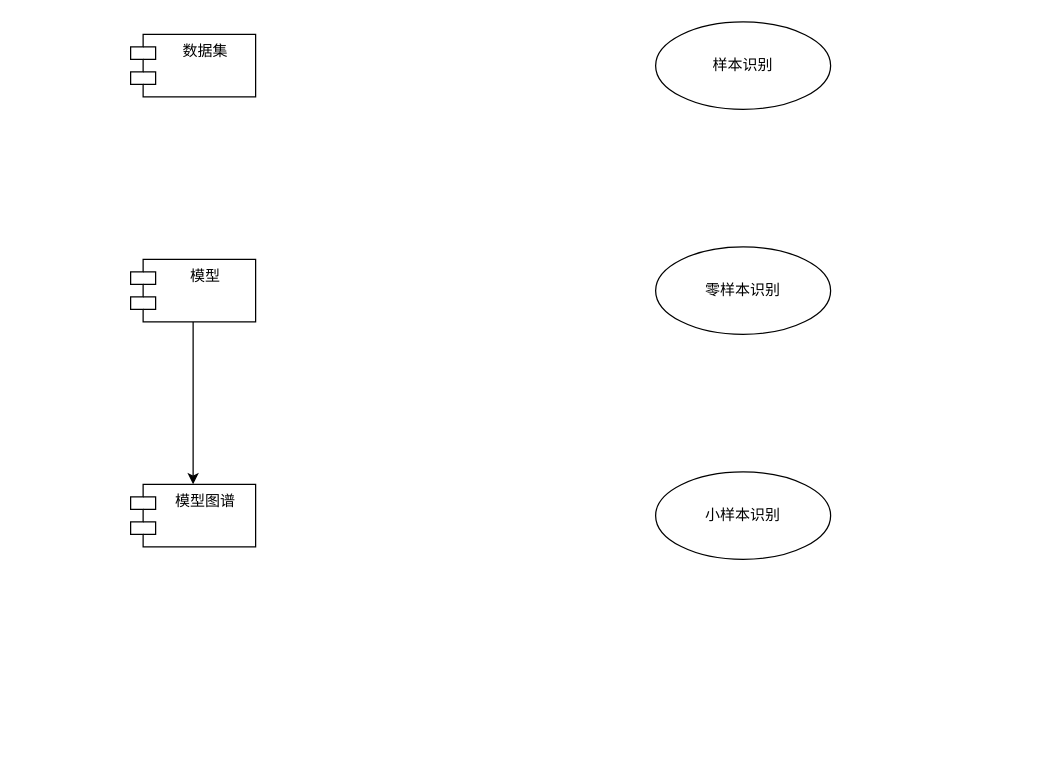
Above: t1.drawio in foreignbill/drawio (draw.io), before the change. Source tidied: cells renumbered, new cells numbered last; positions are measured from the earlier drawing's top-left corner, leaving out a move shared by most shapes. Both pictures are drawn from the tidied source at 125%, with x=0, y=0 at pixel (130, 21).
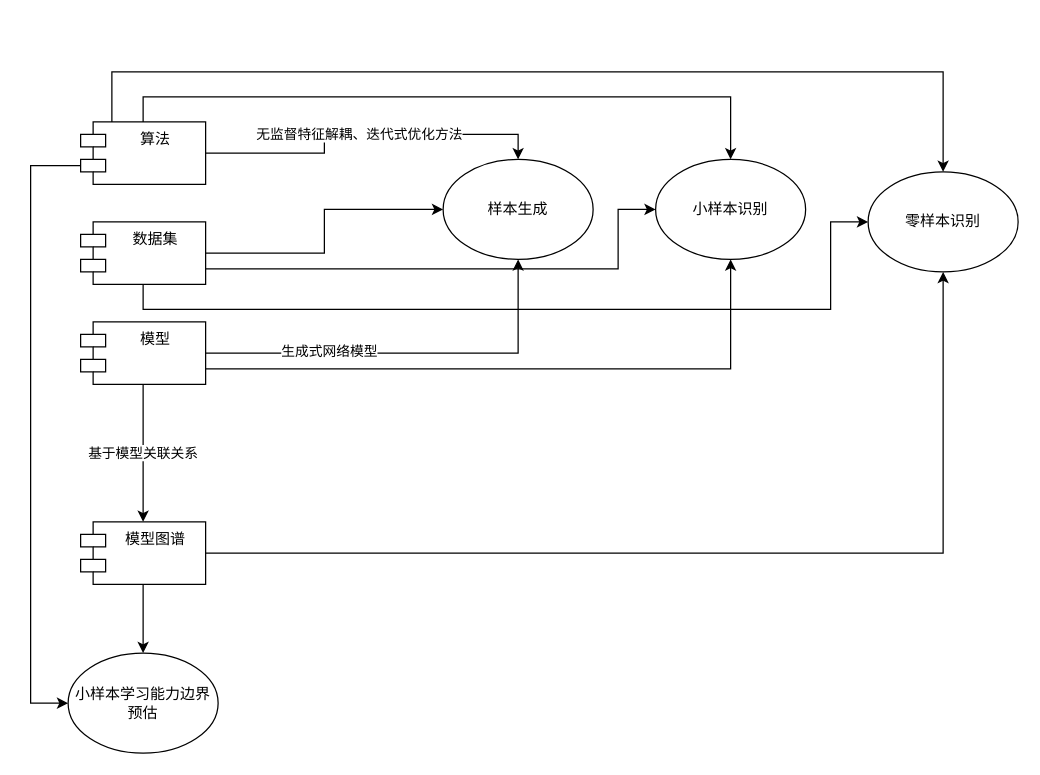
After the change.

The edit, as a diff of the source:
```diff
@@
+    <mxCell id="9" style="edgeStyle=orthogonalEdgeStyle;rounded=0;jettySize=auto;html=1;exitX=1;exitY=0.5;exitDx=0;exitDy=0;entryX=0.5;entryY=1;entryDx=0;entryDy=0;" parent="1" edge="1" source="3" target="23">
+      <mxGeometry relative="1" as="geometry">
+        <Array as="points">
+          <mxPoint x="310" y="265" />
+        </Array>
+      </mxGeometry>
+    </mxCell>
+    <mxCell id="10" value="生成式网络模型" style="edgeLabel;html=1;align=center;verticalAlign=middle;" parent="9" vertex="1">
+      <mxGeometry x="-0.4" y="2" relative="1" as="geometry" />
+    </mxCell>
-    <mxCell id="2" style="edgeStyle=orthogonalEdgeStyle;rounded=0;jettySize=auto;html=1;entryX=0.5;entryY=0;entryDx=0;entryDy=0;" parent="1" edge="1" source="3" target="5">
+    <mxCell id="2" value="基于模型关联关系" style="edgeStyle=orthogonalEdgeStyle;rounded=0;jettySize=auto;html=1;exitX=0.5;exitY=1;exitDx=0;exitDy=0;entryX=0.5;entryY=0;entryDx=0;entryDy=0;" parent="1" edge="1" source="3" target="5">
       <mxGeometry relative="1" as="geometry" />
     </mxCell>
+    <mxCell id="11" style="edgeStyle=orthogonalEdgeStyle;rounded=0;jettySize=auto;html=1;exitX=1;exitY=0.75;exitDx=0;exitDy=0;entryX=0.5;entryY=1;entryDx=0;entryDy=0;" parent="1" edge="1" source="3" target="8">
+      <mxGeometry relative="1" as="geometry" />
+    </mxCell>
     <mxCell id="3" value="模型" style="shape=module;align=left;spacingLeft=20;align=center;verticalAlign=top;" parent="1" vertex="1">
-      <mxGeometry y="190" width="100" height="50" as="geometry" />
+      <mxGeometry x="-40" y="240" width="100" height="50" as="geometry" />
     </mxCell>
+    <mxCell id="12" style="edgeStyle=orthogonalEdgeStyle;rounded=0;jettySize=auto;html=1;exitX=1;exitY=0.5;exitDx=0;exitDy=0;entryX=0;entryY=0.5;entryDx=0;entryDy=0;" parent="1" edge="1" source="4" target="23">
+      <mxGeometry relative="1" as="geometry" />
+    </mxCell>
+    <mxCell id="13" style="edgeStyle=orthogonalEdgeStyle;rounded=0;jettySize=auto;html=1;exitX=1;exitY=0.75;exitDx=0;exitDy=0;entryX=0;entryY=0.5;entryDx=0;entryDy=0;" parent="1" edge="1" source="4" target="8">
+      <mxGeometry relative="1" as="geometry">
+        <Array as="points">
+          <mxPoint x="390" y="198" />
+          <mxPoint x="390" y="150" />
+        </Array>
+      </mxGeometry>
+    </mxCell>
+    <mxCell id="14" style="edgeStyle=orthogonalEdgeStyle;rounded=0;jettySize=auto;html=1;entryX=0;entryY=0.5;entryDx=0;entryDy=0;exitX=0.5;exitY=1;exitDx=0;exitDy=0;" parent="1" edge="1" source="4" target="7">
+      <mxGeometry relative="1" as="geometry">
+        <Array as="points">
+          <mxPoint x="10" y="230" />
+          <mxPoint x="560" y="230" />
+          <mxPoint x="560" y="160" />
+        </Array>
+      </mxGeometry>
+    </mxCell>
     <mxCell id="4" value="数据集" style="shape=module;align=left;spacingLeft=20;align=center;verticalAlign=top;" parent="1" vertex="1">
-      <mxGeometry y="10" width="100" height="50" as="geometry" />
+      <mxGeometry x="-40" y="160" width="100" height="50" as="geometry" />
     </mxCell>
+    <mxCell id="15" style="edgeStyle=orthogonalEdgeStyle;rounded=0;jettySize=auto;html=1;entryX=0.5;entryY=0;entryDx=0;entryDy=0;" parent="1" edge="1" source="5" target="24">
+      <mxGeometry relative="1" as="geometry" />
+    </mxCell>
+    <mxCell id="16" style="edgeStyle=orthogonalEdgeStyle;rounded=0;jettySize=auto;html=1;exitX=1;exitY=0.5;exitDx=0;exitDy=0;entryX=0.5;entryY=1;entryDx=0;entryDy=0;" parent="1" edge="1" source="5" target="7">
+      <mxGeometry relative="1" as="geometry" />
+    </mxCell>
     <mxCell id="5" value="模型图谱" style="shape=module;align=left;spacingLeft=20;align=center;verticalAlign=top;" parent="1" vertex="1">
-      <mxGeometry y="370" width="100" height="50" as="geometry" />
+      <mxGeometry x="-40" y="400" width="100" height="50" as="geometry" />
     </mxCell>
-    <mxCell id="6" value="样本识别" style="ellipse;whiteSpace=wrap;html=1;" parent="1" vertex="1">
-      <mxGeometry x="420" width="140" height="70" as="geometry" />
-    </mxCell>
+    <mxCell id="17" style="edgeStyle=orthogonalEdgeStyle;rounded=0;jettySize=auto;html=1;entryX=0.5;entryY=0;entryDx=0;entryDy=0;" parent="1" edge="1" source="22" target="23">
+      <mxGeometry relative="1" as="geometry" />
+    </mxCell>
+    <mxCell id="18" value="无监督特征解耦、迭代式优化方法" style="edgeLabel;html=1;align=center;verticalAlign=middle;" parent="17" vertex="1">
+      <mxGeometry x="-0.04" y="1" relative="1" as="geometry" />
+    </mxCell>
+    <mxCell id="19" style="edgeStyle=orthogonalEdgeStyle;rounded=0;jettySize=auto;html=1;exitX=0;exitY=0;exitDx=0;exitDy=35;exitPerimeter=0;entryX=0;entryY=0.5;entryDx=0;entryDy=0;" parent="1" edge="1" source="22" target="24">
+      <mxGeometry relative="1" as="geometry">
+        <Array as="points">
+          <mxPoint x="-80" y="115" />
+          <mxPoint x="-80" y="545" />
+        </Array>
+      </mxGeometry>
+    </mxCell>
+    <mxCell id="20" style="edgeStyle=orthogonalEdgeStyle;rounded=0;jettySize=auto;html=1;exitX=0.5;exitY=0;exitDx=0;exitDy=0;entryX=0.5;entryY=0;entryDx=0;entryDy=0;" parent="1" edge="1" source="22" target="8">
+      <mxGeometry relative="1" as="geometry" />
+    </mxCell>
+    <mxCell id="21" style="edgeStyle=orthogonalEdgeStyle;rounded=0;jettySize=auto;html=1;exitX=0.25;exitY=0;exitDx=0;exitDy=0;entryX=0.5;entryY=0;entryDx=0;entryDy=0;" parent="1" edge="1" source="22" target="7">
+      <mxGeometry relative="1" as="geometry">
+        <Array as="points">
+          <mxPoint x="-15" y="40" />
+          <mxPoint x="650" y="40" />
+        </Array>
+      </mxGeometry>
+    </mxCell>
+    <mxCell id="22" value="算法" style="shape=module;align=left;spacingLeft=20;align=center;verticalAlign=top;" parent="1" vertex="1">
+      <mxGeometry x="-40" y="80" width="100" height="50" as="geometry" />
+    </mxCell>
+    <mxCell id="23" value="样本生成" style="ellipse;whiteSpace=wrap;html=1;" parent="1" vertex="1">
+      <mxGeometry x="250" y="110" width="120" height="80" as="geometry" />
+    </mxCell>
+    <mxCell id="8" value="小样本识别" style="ellipse;whiteSpace=wrap;html=1;" parent="1" vertex="1">
+      <mxGeometry x="420" y="110" width="120" height="80" as="geometry" />
+    </mxCell>
+    <mxCell id="24" value="小样本学习能力边界预估" style="ellipse;whiteSpace=wrap;html=1;" parent="1" vertex="1">
+      <mxGeometry x="-50" y="505" width="120" height="80" as="geometry" />
+    </mxCell>
+    <mxCell id="25" style="edgeStyle=orthogonalEdgeStyle;rounded=0;orthogonalLoop=1;jettySize=auto;html=1;exitX=0.5;exitY=1;exitDx=0;exitDy=0;" parent="1" edge="1" source="22" target="22">
+      <mxGeometry relative="1" as="geometry" />
+    </mxCell>
     <mxCell id="7" value="零样本识别" style="ellipse;whiteSpace=wrap;html=1;" parent="1" vertex="1">
-      <mxGeometry x="420" y="180" width="140" height="70" as="geometry" />
+      <mxGeometry x="590" y="120" width="120" height="80" as="geometry" />
     </mxCell>
-    <mxCell id="8" value="小样本识别" style="ellipse;whiteSpace=wrap;html=1;" parent="1" vertex="1">
-      <mxGeometry x="420" y="360" width="140" height="70" as="geometry" />
-    </mxCell>
```
